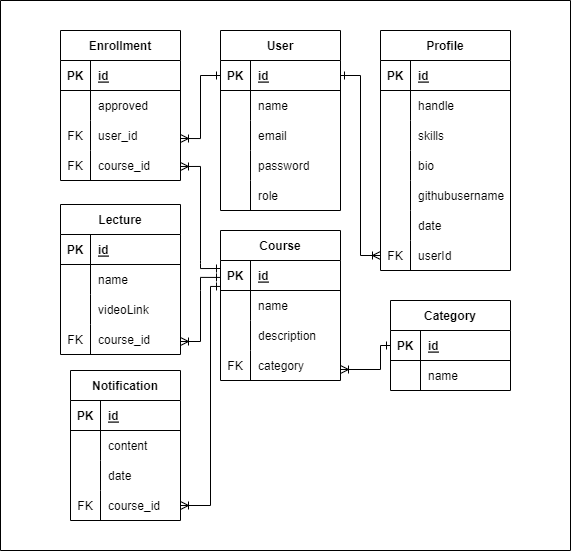
Above: Docs/Диаграмма БД.drawio.png in KrisssMi/itProger_NodeJS_CourseProject_6s (draw.io), before the change. Source tidied: cells renumbered, new cells last; positions are measured from the earlier drawing's top-left corner, leaving out a move shared by most shapes.
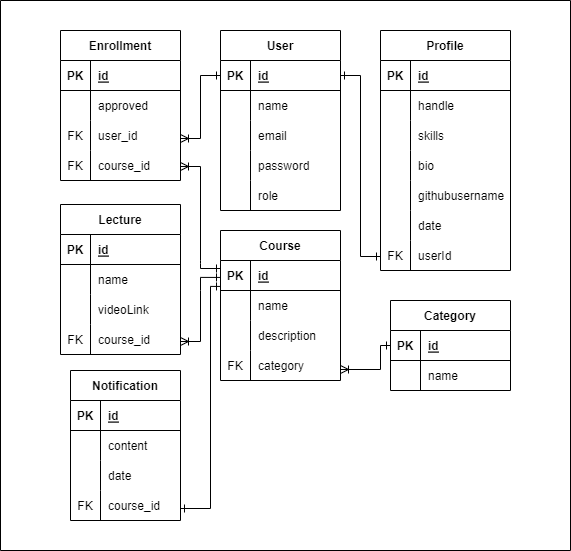
The same diagram one commit later.

Change to the diagram source:
```diff
@@ -276,21 +276,12 @@
     </mxCell>
     <mxCell id="89" style="edgeStyle=orthogonalEdgeStyle;fontSize=12;html=1;endArrow=ERone;endFill=1;rounded=0;" parent="2" edge="1" target="4">
       <mxGeometry relative="1" as="geometry">
-        <mxPoint x="360" y="90" as="sourcePoint" />
+        <mxPoint x="360" y="100" as="sourcePoint" />
         <Array as="points">
           <mxPoint x="360" y="75" />
         </Array>
       </mxGeometry>
     </mxCell>
-    <mxCell id="90" style="edgeStyle=orthogonalEdgeStyle;fontSize=12;html=1;endArrow=ERoneToMany;rounded=0;entryX=0;entryY=0.5;entryDx=0;entryDy=0;" parent="2" edge="1" target="51">
-      <mxGeometry relative="1" as="geometry">
-        <mxPoint x="360" y="90" as="sourcePoint" />
-        <Array as="points">
-          <mxPoint x="360" y="85" />
-          <mxPoint x="360" y="255" />
-        </Array>
-      </mxGeometry>
-    </mxCell>
     <mxCell id="91" style="edgeStyle=orthogonalEdgeStyle;fontSize=12;html=1;endArrow=ERone;endFill=1;rounded=0;" parent="2" edge="1">
       <mxGeometry relative="1" as="geometry">
         <mxPoint x="200" y="290" as="sourcePoint" />
@@ -377,6 +368,15 @@
         </Array>
       </mxGeometry>
     </mxCell>
+    <mxCell id="112" style="edgeStyle=orthogonalEdgeStyle;fontSize=12;html=1;endArrow=ERone;endFill=1;rounded=0;" parent="2" edge="1">
+      <mxGeometry relative="1" as="geometry">
+        <mxPoint x="210" y="293" as="sourcePoint" />
+        <mxPoint x="180" y="508" as="targetPoint" />
+        <Array as="points">
+          <mxPoint x="210" y="508" />
+        </Array>
+      </mxGeometry>
+    </mxCell>
     <mxCell id="109" style="edgeStyle=orthogonalEdgeStyle;fontSize=12;html=1;endArrow=ERone;endFill=1;rounded=0;entryX=0;entryY=0.5;entryDx=0;entryDy=0;" parent="1" edge="1" target="55">
       <mxGeometry relative="1" as="geometry">
         <mxPoint x="380" y="360" as="sourcePoint" />
@@ -395,13 +395,14 @@
         </Array>
       </mxGeometry>
     </mxCell>
-    <mxCell id="111" style="edgeStyle=orthogonalEdgeStyle;fontSize=12;html=1;endArrow=ERoneToMany;rounded=0;entryX=1;entryY=0.5;entryDx=0;entryDy=0;" parent="1" edge="1" target="105">
-      <mxGeometry relative="1" as="geometry">
-        <mxPoint x="210" y="290" as="sourcePoint" />
-        <Array as="points">
-          <mxPoint x="210" y="505" />
-        </Array>
-      </mxGeometry>
-    </mxCell>
+    <mxCell id="113" style="edgeStyle=orthogonalEdgeStyle;fontSize=12;html=1;endArrow=ERone;endFill=1;rounded=0;entryX=0;entryY=0.5;entryDx=0;entryDy=0;" parent="1" edge="1">
+      <mxGeometry relative="1" as="geometry">
+        <mxPoint x="360" y="91" as="sourcePoint" />
+        <mxPoint x="380" y="256" as="targetPoint" />
+        <Array as="points">
+          <mxPoint x="360" y="256" />
+        </Array>
+      </mxGeometry>
+    </mxCell>
   </root>
 </mxGraphModel>
```
